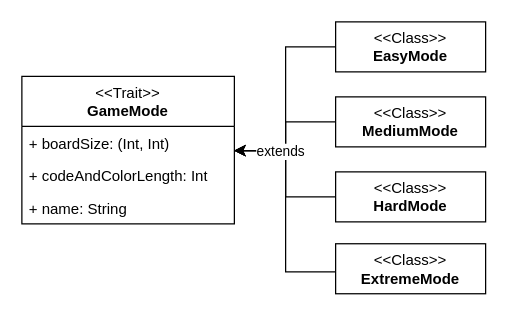
Before: page "Pagina-10" (10 of 15) of mastermind.drawio in Totti00/PPS-22-mastermind, a draw.io diagram. Source tidied: cells renumbered, new cells numbered last; positions are measured from the earlier drawing's top-left corner, leaving out a move shared by most shapes. Both pictures are drawn from the tidied source at 125%, with x=0, y=0 at pixel (21, 21).
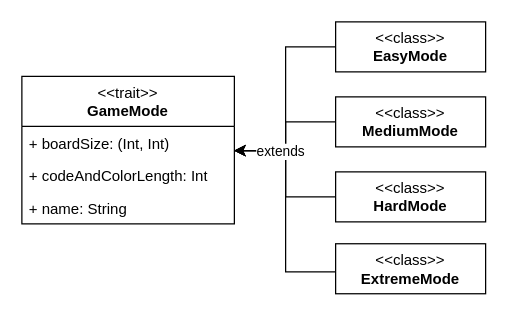
Above is the later version.

Change to the diagram source:
```diff
@@
-    <mxCell id="3" value="&amp;lt;&amp;lt;Class&amp;gt;&amp;gt;&lt;div&gt;&lt;b&gt;EasyMode&lt;/b&gt;&lt;/div&gt;" style="rounded=0;whiteSpace=wrap;html=1;" parent="1" vertex="1">
+    <mxCell id="3" value="&amp;lt;&amp;lt;class&amp;gt;&amp;gt;&lt;div&gt;&lt;b&gt;EasyMode&lt;/b&gt;&lt;/div&gt;" style="rounded=0;whiteSpace=wrap;html=1;" parent="1" vertex="1">
       <mxGeometry x="251" width="120" height="40" as="geometry" />
     </mxCell>
@@
-    <mxCell id="5" value="&amp;lt;&amp;lt;Class&amp;gt;&amp;gt;&lt;div&gt;&lt;b&gt;MediumMode&lt;/b&gt;&lt;/div&gt;" style="rounded=0;whiteSpace=wrap;html=1;" parent="1" vertex="1">
+    <mxCell id="5" value="&amp;lt;&amp;lt;class&amp;gt;&amp;gt;&lt;div&gt;&lt;b&gt;MediumMode&lt;/b&gt;&lt;/div&gt;" style="rounded=0;whiteSpace=wrap;html=1;" parent="1" vertex="1">
       <mxGeometry x="251" y="60" width="120" height="40" as="geometry" />
     </mxCell>
-    <mxCell id="6" value="&lt;div style=&quot;&quot;&gt;&lt;span style=&quot;background-color: transparent; color: light-dark(rgb(0, 0, 0), rgb(255, 255, 255));&quot;&gt;&amp;lt;&amp;lt;Trait&amp;gt;&amp;gt;&lt;/span&gt;&lt;/div&gt;&lt;div style=&quot;&quot;&gt;&lt;b&gt;GameMode&lt;/b&gt;&lt;/div&gt;" style="swimlane;fontStyle=0;horizontal=1;startSize=40;fillColor=none;whiteSpace=wrap;html=1;" parent="1" vertex="1">
+    <mxCell id="6" value="&lt;div style=&quot;&quot;&gt;&lt;span style=&quot;background-color: transparent; color: light-dark(rgb(0, 0, 0), rgb(255, 255, 255));&quot;&gt;&amp;lt;&amp;lt;trait&amp;gt;&amp;gt;&lt;/span&gt;&lt;/div&gt;&lt;div style=&quot;&quot;&gt;&lt;b&gt;GameMode&lt;/b&gt;&lt;/div&gt;" style="swimlane;fontStyle=0;horizontal=1;startSize=40;fillColor=none;whiteSpace=wrap;html=1;" parent="1" vertex="1">
       <mxGeometry y="43.5" width="170" height="118" as="geometry" />
     </mxCell>
@@
-    <mxCell id="11" value="&amp;lt;&amp;lt;Class&amp;gt;&amp;gt;&lt;div&gt;&lt;b&gt;HardMode&lt;/b&gt;&lt;/div&gt;" style="rounded=0;whiteSpace=wrap;html=1;" parent="1" vertex="1">
+    <mxCell id="11" value="&amp;lt;&amp;lt;class&amp;gt;&amp;gt;&lt;div&gt;&lt;b&gt;HardMode&lt;/b&gt;&lt;/div&gt;" style="rounded=0;whiteSpace=wrap;html=1;" parent="1" vertex="1">
       <mxGeometry x="251" y="120" width="120" height="40" as="geometry" />
     </mxCell>
@@
-    <mxCell id="14" value="&amp;lt;&amp;lt;Class&amp;gt;&amp;gt;&lt;div&gt;&lt;b&gt;ExtremeMode&lt;/b&gt;&lt;/div&gt;" style="rounded=0;whiteSpace=wrap;html=1;" parent="1" vertex="1">
+    <mxCell id="14" value="&amp;lt;&amp;lt;class&amp;gt;&amp;gt;&lt;div&gt;&lt;b&gt;ExtremeMode&lt;/b&gt;&lt;/div&gt;" style="rounded=0;whiteSpace=wrap;html=1;" parent="1" vertex="1">
       <mxGeometry x="251" y="177.5" width="120" height="40" as="geometry" />
     </mxCell>
```
